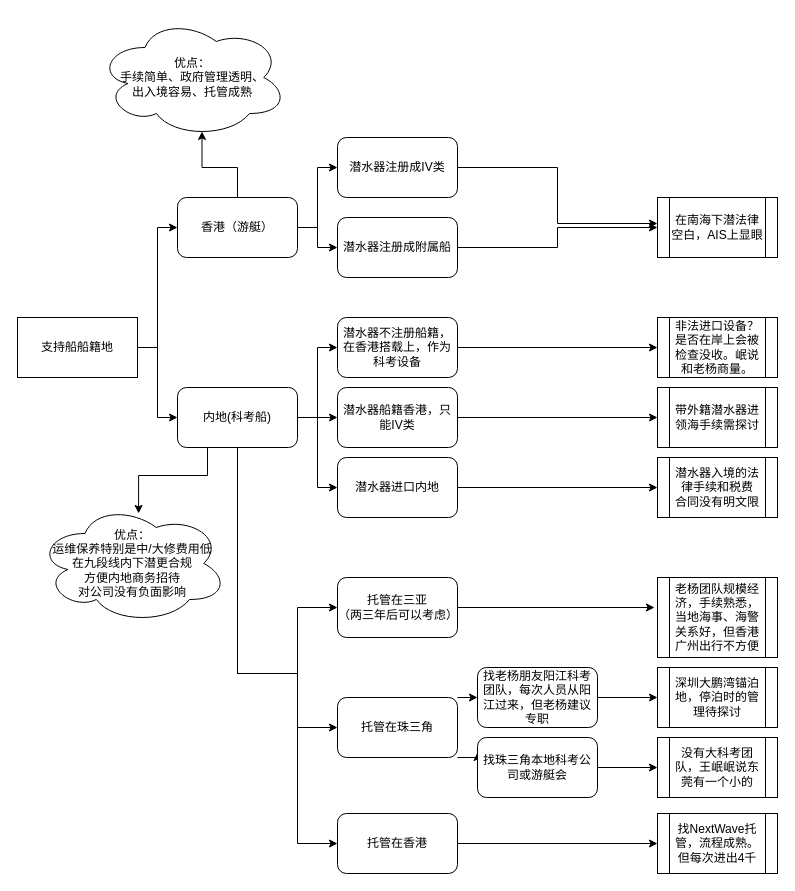
The draw.io diagram 支持船船籍地点.drawio in hyperxz/drew2, before the edit. Source tidied: cells renumbered, new cells numbered last; positions are measured from the earlier drawing's top-left corner, leaving out a move shared by most shapes. Both pictures are drawn from the tidied source at 100%, with x=0, y=0 at pixel (17, 17).
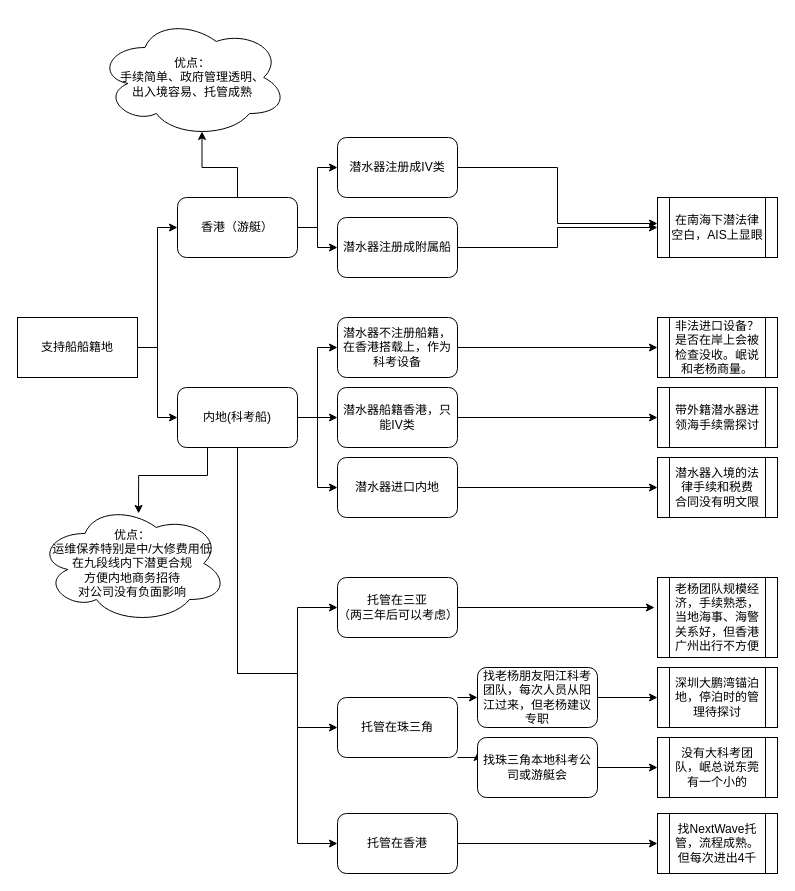
The same diagram, later.

Commit message:
更新支持船船籍地点.drawio

Diff of the diagram source:
```diff
@@
-    <mxCell id="39" value="没有大科考团队，王岷岷说东莞有一个小的" style="shape=process;whiteSpace=wrap;html=1;backgroundOutline=1;" parent="1" vertex="1">
+    <mxCell id="39" value="没有大科考团队，岷总说东莞有一个小的" style="shape=process;whiteSpace=wrap;html=1;backgroundOutline=1;" parent="1" vertex="1">
       <mxGeometry x="640" y="720" width="120" height="60" as="geometry" />
     </mxCell>
```
